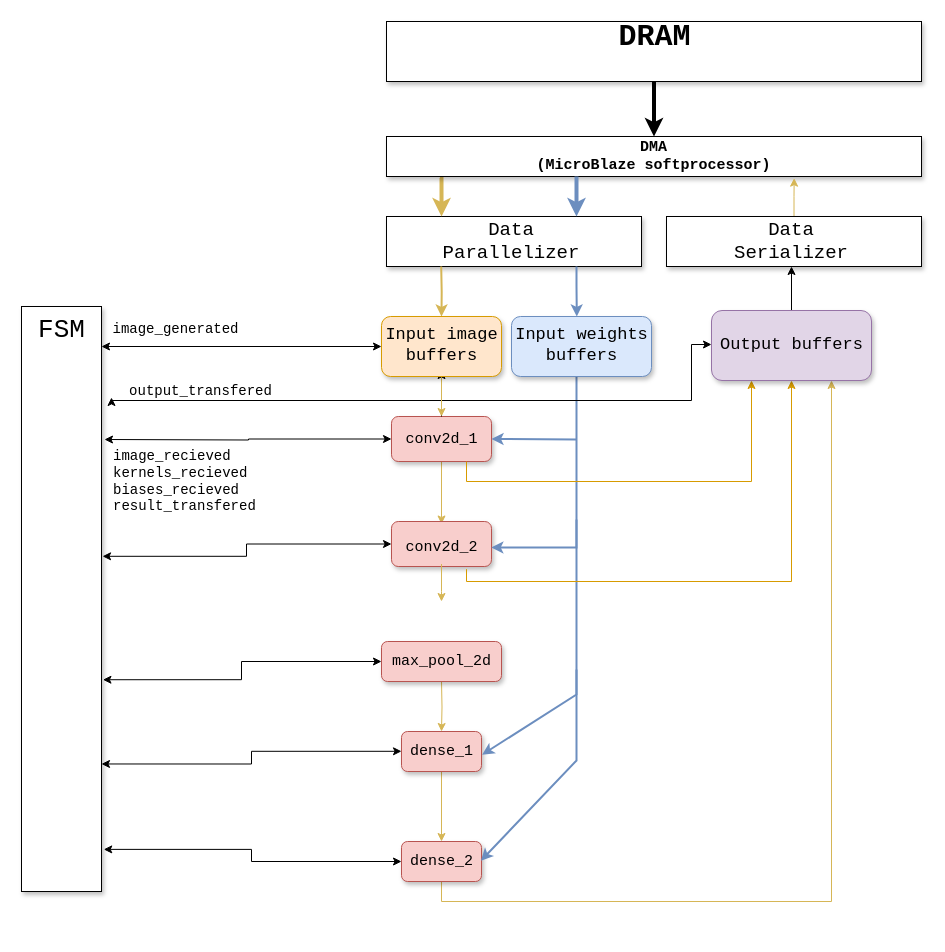
Earlier version of the draw.io diagram Accelerator architecture.drawio (RayWright27/SystemC-CNN-test-model). Source tidied: cells renumbered, new cells numbered last; positions are measured from the earlier drawing's top-left corner, leaving out a move shared by most shapes. Both pictures are drawn from the tidied source at 100%, with x=0, y=0 at pixel (21, 21).
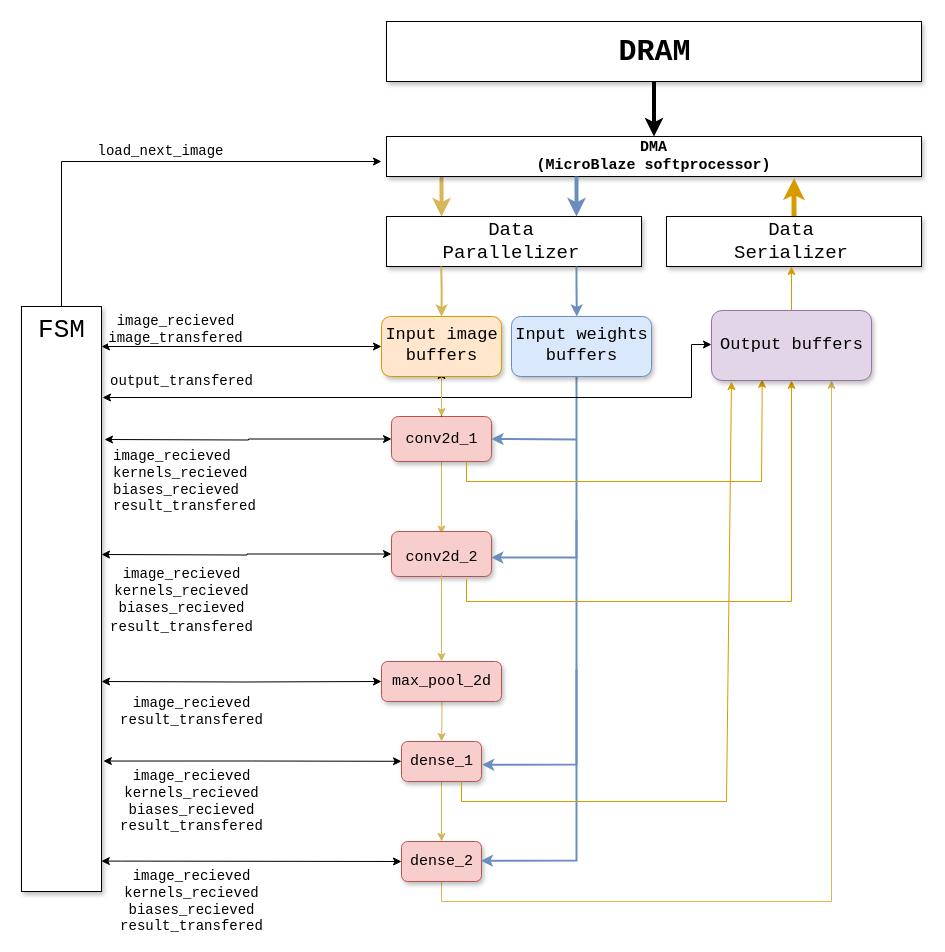
The same page after the edit.

The change refers to these unchanged cells:
```xml
<mxCell id="8" style="rounded=0;whiteSpace=wrap;html=1;shadow=1;" parent="1" vertex="1">
  <mxGeometry y="285" width="80" height="585" as="geometry" />
</mxCell>
<mxCell id="11" style="rounded=1;whiteSpace=wrap;html=1;shadow=1;fontFamily=Courier New;fontSize=26;fillColor=#f8cecc;strokeColor=#b85450;" parent="1" vertex="1">
  <mxGeometry x="370" y="395" width="100" height="45" as="geometry" />
</mxCell>
<mxCell id="21" value="dense_2" style="text;html=1;align=center;verticalAlign=middle;points=[];fillColor=none;strokeColor=none;rounded=0;shadow=1;fontFamily=Courier New;fontSize=15;" parent="1" vertex="1">
  <mxGeometry x="380" y="830" width="80" height="20" as="geometry" />
</mxCell>
<mxCell id="23" value="&lt;div&gt;&lt;b&gt;DMA&lt;/b&gt;&lt;/div&gt;&lt;div&gt;&lt;b&gt;(MicroBlaze softprocessor)&lt;br&gt;&lt;/b&gt;&lt;/div&gt;" style="rounded=0;whiteSpace=wrap;html=1;shadow=1;fontFamily=Courier New;fontSize=15;" parent="1" vertex="1">
  <mxGeometry x="365" y="115" width="535" height="40" as="geometry" />
</mxCell>
<mxCell id="35" style="rounded=0;whiteSpace=wrap;html=1;shadow=1;fontFamily=Courier New;fontSize=20;" parent="1" vertex="1">
  <mxGeometry x="645" y="195" width="255" height="50" as="geometry" />
</mxCell>
<mxCell id="36" value="&lt;div style=&quot;font-size: 19px&quot;&gt;&lt;font style=&quot;font-size: 19px&quot;&gt;Data&lt;/font&gt;&lt;/div&gt;&lt;div style=&quot;font-size: 19px&quot;&gt;&lt;font style=&quot;font-size: 19px&quot;&gt;Serializer&lt;br&gt;&lt;/font&gt;&lt;/div&gt;" style="text;html=1;strokeColor=none;fillColor=none;align=center;verticalAlign=middle;whiteSpace=wrap;rounded=0;shadow=1;fontFamily=Courier New;fontSize=20;" parent="1" vertex="1">
  <mxGeometry x="660" y="195" width="220" height="50" as="geometry" />
</mxCell>
<mxCell id="40" style="rounded=1;whiteSpace=wrap;html=1;shadow=1;fontFamily=Courier New;fontSize=19;fillColor=#e1d5e7;strokeColor=#9673a6;" parent="1" vertex="1">
  <mxGeometry x="690" y="289" width="160" height="70" as="geometry" />
</mxCell>
<mxCell id="42" value="&lt;font style=&quot;font-size: 17px&quot;&gt;Output buffers&lt;/font&gt;" style="text;html=1;align=center;verticalAlign=middle;points=[];fillColor=none;strokeColor=none;rounded=0;shadow=1;fontFamily=Courier New;fontSize=19;" parent="1" vertex="1">
  <mxGeometry x="690" y="308" width="160" height="30" as="geometry" />
</mxCell>
<mxCell id="49" style="endArrow=classic;html=1;rounded=0;fontFamily=Courier New;fontSize=17;strokeColor=#000000;strokeWidth=1;startArrow=classic;startFill=1;" parent="1" edge="1">
  <mxGeometry relative="1" as="geometry">
    <mxPoint x="80" y="325" as="sourcePoint" />
    <mxPoint x="360" y="325" as="targetPoint" />
  </mxGeometry>
</mxCell>
```

Change to the diagram source:
```diff
@@
     <mxCell id="5" style="rounded=1;whiteSpace=wrap;html=1;shadow=1;fontFamily=Courier New;fontSize=15;fillColor=#f8cecc;strokeColor=#b85450;" parent="1" vertex="1">
-      <mxGeometry x="380" y="710" width="80" height="40" as="geometry" />
+      <mxGeometry x="380" y="720" width="80" height="40" as="geometry" />
     </mxCell>
@@
     <mxCell id="7" style="rounded=1;whiteSpace=wrap;html=1;shadow=1;fontFamily=Courier New;fontSize=15;fillColor=#f8cecc;strokeColor=#b85450;" parent="1" vertex="1">
-      <mxGeometry x="360" y="620" width="120" height="40" as="geometry" />
+      <mxGeometry x="360" y="640" width="120" height="40" as="geometry" />
     </mxCell>
+    <mxCell id="55" value="load_next_image" style="edgeStyle=orthogonalEdgeStyle;rounded=0;jettySize=auto;html=1;fontFamily=Courier New;fontSize=14;fontColor=#000000;strokeWidth=1;" parent="1" edge="1" source="8">
+      <mxGeometry x="0.05" y="10" relative="1" as="geometry">
+        <mxPoint x="360" y="140" as="targetPoint" />
+        <Array as="points">
+          <mxPoint x="40" y="140" />
+        </Array>
+      </mxGeometry>
+    </mxCell>
@@
     <mxCell id="14" style="rounded=1;whiteSpace=wrap;html=1;shadow=1;fontFamily=Courier New;fontSize=26;fillColor=#f8cecc;strokeColor=#b85450;" parent="1" vertex="1">
-      <mxGeometry x="370" y="500" width="100" height="45" as="geometry" />
+      <mxGeometry x="370" y="510" width="100" height="45" as="geometry" />
     </mxCell>
-    <mxCell id="15" style="edgeStyle=orthogonalEdgeStyle;rounded=0;jettySize=auto;html=1;fontFamily=Courier New;fontSize=15;fillColor=#fff2cc;strokeColor=#d6b656;" parent="1" edge="1" source="16">
-      <mxGeometry relative="1" as="geometry">
-        <mxPoint x="420" y="580" as="targetPoint" />
-        <Array as="points">
-          <mxPoint x="420" y="570" />
-          <mxPoint x="420" y="570" />
-        </Array>
-      </mxGeometry>
+    <mxCell id="15" style="edgeStyle=orthogonalEdgeStyle;rounded=0;jettySize=auto;html=1;fontFamily=Courier New;fontSize=15;fillColor=#fff2cc;strokeColor=#d6b656;entryX=0.5;entryY=0;entryDx=0;entryDy=0;" parent="1" edge="1" source="16" target="7">
+      <mxGeometry relative="1" as="geometry" />
     </mxCell>
     <mxCell id="16" value="&lt;font style=&quot;font-size: 15px&quot;&gt;conv2d_2&lt;/font&gt;" style="text;html=1;align=center;verticalAlign=middle;points=[];fillColor=none;strokeColor=none;rounded=0;shadow=1;fontFamily=Courier New;fontSize=26;" parent="1" vertex="1">
-      <mxGeometry x="375" y="502.5" width="90" height="40" as="geometry" />
+      <mxGeometry x="375" y="512.5" width="90" height="40" as="geometry" />
     </mxCell>
     <mxCell id="17" value="max_pool_2d" style="text;html=1;align=center;verticalAlign=middle;fillColor=none;strokeColor=none;rounded=0;shadow=1;fontFamily=Courier New;fontSize=15;" parent="1" vertex="1">
-      <mxGeometry x="365" y="630" width="110" height="20" as="geometry" />
+      <mxGeometry x="365" y="650" width="110" height="20" as="geometry" />
     </mxCell>
     <mxCell id="18" value="dense_1" style="text;html=1;align=center;verticalAlign=middle;points=[];fillColor=none;strokeColor=none;rounded=0;shadow=1;fontFamily=Courier New;fontSize=15;" parent="1" vertex="1">
-      <mxGeometry x="380" y="720" width="80" height="20" as="geometry" />
+      <mxGeometry x="380" y="730" width="80" height="20" as="geometry" />
     </mxCell>
@@
     <mxCell id="26" value="&lt;font style=&quot;font-size: 30px&quot;&gt;&lt;b&gt;DRAM&lt;/b&gt;&lt;/font&gt;" style="text;html=1;align=center;verticalAlign=middle;fillColor=none;strokeColor=none;rounded=0;shadow=1;fontFamily=Courier New;fontSize=15;" parent="1" vertex="1">
-      <mxGeometry x="587.5" width="90" height="30" as="geometry" />
+      <mxGeometry x="587.5" y="15" width="90" height="30" as="geometry" />
     </mxCell>
@@
     <mxCell id="31" style="endArrow=classic;html=1;rounded=0;fontFamily=Courier New;fontSize=19;strokeColor=#6c8ebf;strokeWidth=2;fillColor=#dae8fc;entryX=0.998;entryY=0.578;entryDx=0;entryDy=0;entryPerimeter=0;" parent="1" edge="1" target="14">
       <mxGeometry relative="1" as="geometry">
         <mxPoint x="555" y="355" as="sourcePoint" />
         <Array as="points">
-          <mxPoint x="555" y="526" />
+          <mxPoint x="555" y="536" />
         </Array>
       </mxGeometry>
     </mxCell>
     <mxCell id="32" style="endArrow=classic;html=1;rounded=0;fontFamily=Courier New;fontSize=19;strokeColor=#6c8ebf;strokeWidth=2;fillColor=#dae8fc;entryX=1.008;entryY=0.66;entryDx=0;entryDy=0;entryPerimeter=0;" parent="1" edge="1" target="18">
       <mxGeometry relative="1" as="geometry">
         <mxPoint x="555" y="498" as="sourcePoint" />
         <Array as="points">
-          <mxPoint x="555" y="673" />
+          <mxPoint x="555" y="743" />
         </Array>
       </mxGeometry>
     </mxCell>
     <mxCell id="33" style="endArrow=classic;html=1;rounded=0;fontFamily=Courier New;fontSize=19;strokeColor=#6c8ebf;strokeWidth=2;fillColor=#dae8fc;entryX=0.993;entryY=0.46;entryDx=0;entryDy=0;entryPerimeter=0;" parent="1" edge="1" target="21">
       <mxGeometry relative="1" as="geometry">
         <mxPoint x="555" y="648" as="sourcePoint" />
         <Array as="points">
           <mxPoint x="555" y="714" />
           <mxPoint x="555" y="739" />
+          <mxPoint x="555" y="839" />
         </Array>
       </mxGeometry>
     </mxCell>
-    <mxCell id="34" style="edgeStyle=orthogonalEdgeStyle;rounded=0;jettySize=auto;html=1;entryX=0.762;entryY=1.041;entryDx=0;entryDy=0;entryPerimeter=0;fontFamily=Courier New;fontSize=17;strokeColor=#d6b656;strokeWidth=1;fillColor=#fff2cc;" parent="1" edge="1" source="35" target="23">
+    <mxCell id="34" style="edgeStyle=orthogonalEdgeStyle;rounded=0;jettySize=auto;html=1;entryX=0.762;entryY=1.041;entryDx=0;entryDy=0;entryPerimeter=0;fontFamily=Courier New;fontSize=17;strokeColor=#d79b00;strokeWidth=5;fillColor=#ffe6cc;" parent="1" edge="1" source="35" target="23">
       <mxGeometry relative="1" as="geometry" />
     </mxCell>
@@
-    <mxCell id="37" style="edgeStyle=orthogonalEdgeStyle;rounded=0;jettySize=auto;html=1;exitX=0.5;exitY=0;exitDx=0;exitDy=0;entryX=0.5;entryY=1;entryDx=0;entryDy=0;fontFamily=Courier New;fontSize=17;strokeColor=#000000;strokeWidth=1;" parent="1" edge="1" source="40" target="36">
+    <mxCell id="37" style="edgeStyle=orthogonalEdgeStyle;rounded=0;jettySize=auto;html=1;exitX=0.5;exitY=0;exitDx=0;exitDy=0;entryX=0.5;entryY=1;entryDx=0;entryDy=0;fontFamily=Courier New;fontSize=17;strokeColor=#d79b00;strokeWidth=1;fontColor=#000000;fillColor=#ffe6cc;" parent="1" edge="1" source="40" target="36">
       <mxGeometry relative="1" as="geometry" />
     </mxCell>
     <mxCell id="38" style="edgeStyle=orthogonalEdgeStyle;rounded=0;jettySize=auto;html=1;fontFamily=Courier New;fontSize=17;startArrow=classic;startFill=1;strokeColor=#d79b00;strokeWidth=1;endArrow=none;endFill=0;fillColor=#ffe6cc;entryX=0.75;entryY=1.059;entryDx=0;entryDy=0;entryPerimeter=0;" parent="1" edge="1" source="40" target="14">
       <mxGeometry relative="1" as="geometry">
         <Array as="points">
-          <mxPoint x="770" y="560" />
-          <mxPoint x="445" y="560" />
+          <mxPoint x="770" y="580" />
+          <mxPoint x="445" y="580" />
         </Array>
       </mxGeometry>
     </mxCell>
-    <mxCell id="39" style="edgeStyle=orthogonalEdgeStyle;rounded=0;jettySize=auto;html=1;exitX=0.25;exitY=1;exitDx=0;exitDy=0;entryX=0.75;entryY=1;entryDx=0;entryDy=0;fontFamily=Courier New;fontSize=17;startArrow=classic;startFill=1;endArrow=none;endFill=0;strokeColor=#d79b00;strokeWidth=1;fillColor=#ffe6cc;" parent="1" edge="1" source="40" target="11">
-      <mxGeometry relative="1" as="geometry" />
+    <mxCell id="39" style="edgeStyle=orthogonalEdgeStyle;rounded=0;jettySize=auto;html=1;entryX=0.75;entryY=1;entryDx=0;entryDy=0;fontFamily=Courier New;fontSize=17;startArrow=classic;startFill=1;endArrow=none;endFill=0;strokeColor=#d79b00;strokeWidth=1;fillColor=#ffe6cc;exitX=0.316;exitY=0.983;exitDx=0;exitDy=0;exitPerimeter=0;" parent="1" edge="1" source="40" target="11">
+      <mxGeometry relative="1" as="geometry">
+        <Array as="points">
+          <mxPoint x="741" y="380" />
+          <mxPoint x="740" y="460" />
+          <mxPoint x="445" y="460" />
+        </Array>
+      </mxGeometry>
     </mxCell>
@@
     <mxCell id="41" value="&lt;font style=&quot;font-size: 14px;&quot;&gt;output_transfered&lt;/font&gt;" style="edgeStyle=orthogonalEdgeStyle;rounded=0;jettySize=auto;html=1;fontFamily=Courier New;fontSize=14;startArrow=classic;startFill=1;strokeColor=#000000;strokeWidth=1;" parent="1" edge="1" source="42">
-      <mxGeometry x="0.72" y="-9" relative="1" as="geometry">
-        <mxPoint x="90" y="376" as="targetPoint" />
+      <mxGeometry x="0.76" y="-16" relative="1" as="geometry">
+        <mxPoint x="81" y="376" as="targetPoint" />
         <Array as="points">
           <mxPoint x="670" y="323" />
-          <mxPoint x="670" y="379" />
-          <mxPoint x="90" y="379" />
-          <mxPoint x="90" y="376" />
+          <mxPoint x="670" y="376" />
         </Array>
       </mxGeometry>
     </mxCell>
@@
-    <mxCell id="50" value="&lt;font style=&quot;font-size: 14px&quot; face=&quot;Courier New&quot;&gt;image_generated&lt;/font&gt;" style="edgeLabel;html=1;align=center;verticalAlign=middle;" parent="49" vertex="1">
+    <mxCell id="50" value="&lt;div&gt;&lt;font style=&quot;font-size: 14px&quot; face=&quot;Courier New&quot;&gt;image_recieved&lt;/font&gt;&lt;/div&gt;&lt;div&gt;&lt;font style=&quot;font-size: 14px&quot; face=&quot;Courier New&quot;&gt;image_transfered&lt;br&gt;&lt;/font&gt;&lt;/div&gt;" style="edgeLabel;html=1;align=center;verticalAlign=middle;" parent="49" vertex="1">
       <mxGeometry x="-0.86" y="-5" relative="1" as="geometry">
         <mxPoint x="53" y="-23" as="offset" />
       </mxGeometry>
     </mxCell>
-    <mxCell id="51" style="edgeStyle=orthogonalEdgeStyle;rounded=0;jettySize=auto;html=1;fontFamily=Courier New;fontSize=17;strokeColor=#000000;strokeWidth=1;exitX=1.013;exitY=0.427;exitDx=0;exitDy=0;exitPerimeter=0;startArrow=classic;startFill=1;entryX=0;entryY=0.5;entryDx=0;entryDy=0;" parent="1" edge="1" source="8" target="14">
-      <mxGeometry relative="1" as="geometry" />
+    <mxCell id="51" value="&lt;div style=&quot;font-size: 14px&quot;&gt;&lt;font style=&quot;font-size: 14px&quot;&gt;image_recieved&lt;/font&gt;&lt;/div&gt;&lt;div style=&quot;font-size: 14px&quot;&gt;&lt;font style=&quot;font-size: 14px&quot;&gt;kernels_recieved&lt;/font&gt;&lt;/div&gt;&lt;div style=&quot;font-size: 14px&quot;&gt;&lt;font style=&quot;font-size: 14px&quot;&gt;biases_recieved&lt;/font&gt;&lt;/div&gt;&lt;font style=&quot;font-size: 14px&quot;&gt;result_transfered&lt;/font&gt;" style="edgeStyle=orthogonalEdgeStyle;rounded=0;jettySize=auto;html=1;fontFamily=Courier New;fontSize=17;strokeColor=#000000;strokeWidth=1;startArrow=classic;startFill=1;entryX=0;entryY=0.5;entryDx=0;entryDy=0;" parent="1" edge="1" target="14">
+      <mxGeometry x="-0.45" y="-47" relative="1" as="geometry">
+        <mxPoint x="80" y="533" as="sourcePoint" />
+      </mxGeometry>
     </mxCell>
-    <mxCell id="52" style="edgeStyle=orthogonalEdgeStyle;rounded=0;jettySize=auto;html=1;fontFamily=Courier New;fontSize=17;strokeColor=#000000;strokeWidth=1;exitX=1.018;exitY=0.638;exitDx=0;exitDy=0;exitPerimeter=0;startArrow=classic;startFill=1;entryX=0;entryY=0.5;entryDx=0;entryDy=0;" parent="1" edge="1" source="8" target="7">
-      <mxGeometry relative="1" as="geometry" />
+    <mxCell id="52" value="&lt;div&gt;image_recieved&lt;/div&gt;&lt;div&gt;result_transfered&lt;br&gt;&lt;/div&gt;" style="edgeStyle=orthogonalEdgeStyle;rounded=0;jettySize=auto;html=1;fontFamily=Courier New;fontSize=14;strokeColor=#000000;strokeWidth=1;startArrow=classic;startFill=1;entryX=0;entryY=0.5;entryDx=0;entryDy=0;" parent="1" edge="1" target="7">
+      <mxGeometry x="-0.36" y="-30" relative="1" as="geometry">
+        <mxPoint x="80" y="660" as="sourcePoint" />
+      </mxGeometry>
     </mxCell>
-    <mxCell id="53" style="edgeStyle=orthogonalEdgeStyle;rounded=0;jettySize=auto;html=1;fontFamily=Courier New;fontSize=17;strokeColor=#000000;strokeWidth=1;exitX=1;exitY=0.782;exitDx=0;exitDy=0;exitPerimeter=0;startArrow=classic;startFill=1;entryX=0;entryY=0.49;entryDx=0;entryDy=0;entryPerimeter=0;" parent="1" edge="1" source="8" target="18">
-      <mxGeometry relative="1" as="geometry" />
+    <mxCell id="53" value="&lt;div style=&quot;font-size: 14px&quot;&gt;&lt;font style=&quot;font-size: 14px&quot;&gt;image_recieved&lt;/font&gt;&lt;/div&gt;&lt;div style=&quot;font-size: 14px&quot;&gt;&lt;font style=&quot;font-size: 14px&quot;&gt;kernels_recieved&lt;/font&gt;&lt;/div&gt;&lt;div style=&quot;font-size: 14px&quot;&gt;&lt;font style=&quot;font-size: 14px&quot;&gt;biases_recieved&lt;/font&gt;&lt;/div&gt;&lt;font style=&quot;font-size: 14px&quot;&gt;result_transfered&lt;/font&gt;" style="edgeStyle=orthogonalEdgeStyle;rounded=0;jettySize=auto;html=1;fontFamily=Courier New;fontSize=14;strokeColor=#000000;strokeWidth=1;exitX=1.023;exitY=0.777;exitDx=0;exitDy=0;exitPerimeter=0;startArrow=classic;startFill=1;entryX=0;entryY=0.49;entryDx=0;entryDy=0;entryPerimeter=0;" parent="1" edge="1" source="8" target="18">
+      <mxGeometry x="-0.41" y="-40" relative="1" as="geometry" />
     </mxCell>
-    <mxCell id="54" style="edgeStyle=orthogonalEdgeStyle;rounded=0;jettySize=auto;html=1;fontFamily=Courier New;fontSize=17;strokeColor=#000000;strokeWidth=1;exitX=1.028;exitY=0.928;exitDx=0;exitDy=0;exitPerimeter=0;startArrow=classic;startFill=1;entryX=0;entryY=0.5;entryDx=0;entryDy=0;entryPerimeter=0;" parent="1" edge="1" source="8" target="21">
-      <mxGeometry relative="1" as="geometry" />
+    <mxCell id="54" value="&lt;div style=&quot;font-size: 14px&quot;&gt;&lt;font style=&quot;font-size: 14px&quot;&gt;image_recieved&lt;/font&gt;&lt;/div&gt;&lt;div style=&quot;font-size: 14px&quot;&gt;&lt;font style=&quot;font-size: 14px&quot;&gt;kernels_recieved&lt;/font&gt;&lt;/div&gt;&lt;div style=&quot;font-size: 14px&quot;&gt;&lt;font style=&quot;font-size: 14px&quot;&gt;biases_recieved&lt;/font&gt;&lt;/div&gt;&lt;font style=&quot;font-size: 14px&quot;&gt;result_transfered&lt;/font&gt;" style="edgeStyle=orthogonalEdgeStyle;rounded=0;jettySize=auto;html=1;fontFamily=Courier New;fontSize=14;strokeColor=#000000;strokeWidth=1;startArrow=classic;startFill=1;entryX=0;entryY=0.5;entryDx=0;entryDy=0;entryPerimeter=0;exitX=0.998;exitY=0.948;exitDx=0;exitDy=0;exitPerimeter=0;" parent="1" edge="1" source="8" target="21">
+      <mxGeometry x="-0.4" y="-40" relative="1" as="geometry">
+        <Array as="points">
+          <mxPoint x="100" y="840" />
+        </Array>
+      </mxGeometry>
     </mxCell>
+    <mxCell id="56" style="endArrow=classic;html=1;rounded=0;fontFamily=Courier New;fontSize=14;fontColor=#000000;strokeWidth=1;exitX=0.75;exitY=1;exitDx=0;exitDy=0;fillColor=#ffe6cc;strokeColor=#d79b00;" parent="1" edge="1" source="5">
+      <mxGeometry relative="1" as="geometry">
+        <mxPoint x="710" y="360" as="targetPoint" />
+        <Array as="points">
+          <mxPoint x="440" y="780" />
+          <mxPoint x="705" y="780" />
+        </Array>
+      </mxGeometry>
+    </mxCell>
```
